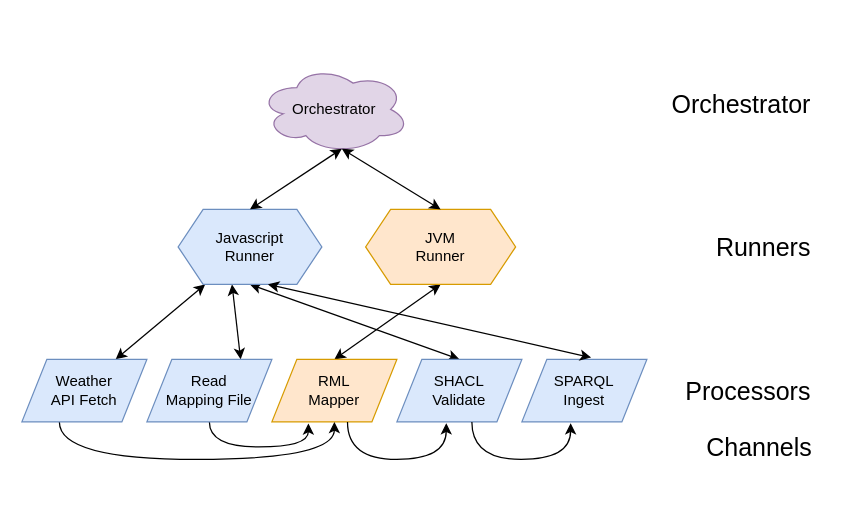
The draw.io diagram slides/img/pipeline2.drawio in rdf-connect/Tutorial-SEMANTiCS2025, before the edit. Source tidied: cells renumbered, new cells numbered last; positions are measured from the earlier drawing's top-left corner, leaving out a move shared by most shapes. Both pictures are drawn from the tidied source at 125%, with x=0, y=0 at pixel (21, 21).
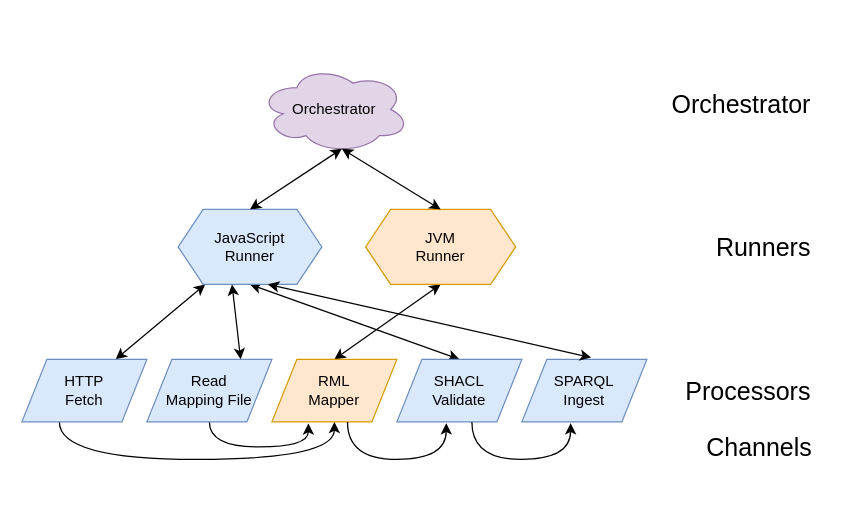
The same page after the edit.

Diff of the diagram source:
```diff
@@
-    <mxCell id="12" value="Javascript&lt;div&gt;Runner&lt;/div&gt;" style="shape=hexagon;perimeter=hexagonPerimeter2;whiteSpace=wrap;html=1;fixedSize=1;fillColor=#dae8fc;strokeColor=#6c8ebf;" parent="1" vertex="1">
+    <mxCell id="12" value="JavaScript&lt;div&gt;Runner&lt;/div&gt;" style="shape=hexagon;perimeter=hexagonPerimeter2;whiteSpace=wrap;html=1;fixedSize=1;fillColor=#dae8fc;strokeColor=#6c8ebf;" parent="1" vertex="1">
       <mxGeometry x="125" y="150" width="115" height="60" as="geometry" />
     </mxCell>
@@
-    <mxCell id="23" value="Weather&lt;div&gt;API Fetch&lt;/div&gt;" style="shape=parallelogram;perimeter=parallelogramPerimeter;whiteSpace=wrap;html=1;fixedSize=1;fillColor=#dae8fc;strokeColor=#6c8ebf;" parent="1" vertex="1">
+    <mxCell id="23" value="HTTP&lt;div&gt;Fetch&lt;/div&gt;" style="shape=parallelogram;perimeter=parallelogramPerimeter;whiteSpace=wrap;html=1;fixedSize=1;fillColor=#dae8fc;strokeColor=#6c8ebf;" parent="1" vertex="1">
       <mxGeometry y="270" width="100" height="50" as="geometry" />
     </mxCell>
```
